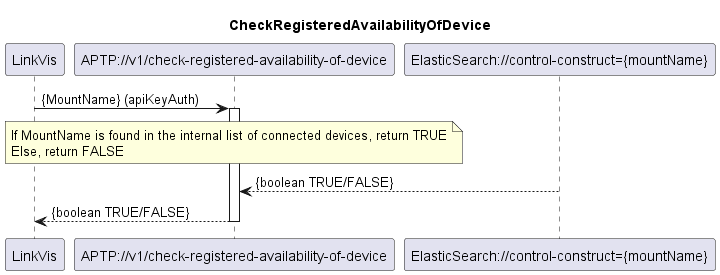
The PlantUML diagram spec/diagrams/CheckRegisteredAvailabilityOfDevice/CheckRegisteredAvailabilityOfDevice.png in openBackhaul/AccessPlanningToolProxy, before a commit. Source of this version:
```plantuml
@startuml CheckRegisteredAvailabilityOfDevice
skinparam responseMessageBelowArrow true

title
CheckRegisteredAvailabilityOfDevice
end title

participant "LinkVis" as LinkVis
participant "APTP://v1/check-registered-availability-of-device" as DeviceAvailableCheck
participant "ElasticSearch://control-construct={mountName}" as es


LinkVis -> DeviceAvailableCheck: {MountName} (apiKeyAuth)

activate DeviceAvailableCheck

note over DeviceAvailableCheck
If MountName is found in the internal list of connected devices, return TRUE
Else, return FALSE
end note

es --> DeviceAvailableCheck: {boolean TRUE/FALSE}
DeviceAvailableCheck --> LinkVis: {boolean TRUE/FALSE}

deactivate DeviceAvailableCheck

@enduml
```
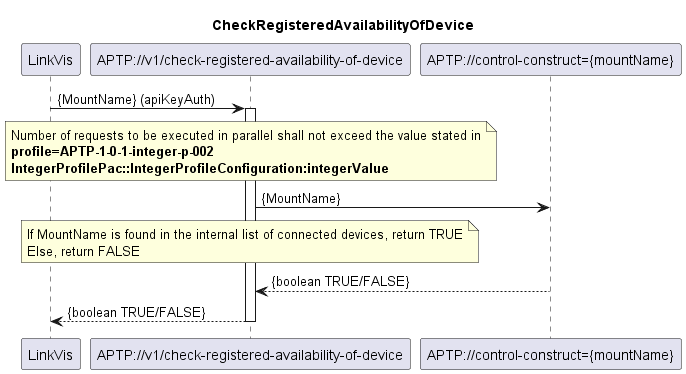
The same diagram one commit later.

Commit message:
Update diagrams for connection status

Diff of the diagram source:
```diff
@@ -7,19 +7,28 @@
 
 participant "LinkVis" as LinkVis
 participant "APTP://v1/check-registered-availability-of-device" as DeviceAvailableCheck
-participant "ElasticSearch://control-construct={mountName}" as es
+participant "APTP://control-construct={mountName}" as InternalList
 
 
 LinkVis -> DeviceAvailableCheck: {MountName} (apiKeyAuth)
 
+note over DeviceAvailableCheck
+Number of requests to be executed in parallel shall not exceed the value stated in
+<b>profile=APTP-1-0-1-integer-p-002</b>
+<b>IntegerProfilePac::IntegerProfileConfiguration:integerValue</b>
+end note
+
 activate DeviceAvailableCheck
+
+
+DeviceAvailableCheck -> InternalList: {MountName}
 
 note over DeviceAvailableCheck
 If MountName is found in the internal list of connected devices, return TRUE
 Else, return FALSE
 end note
 
-es --> DeviceAvailableCheck: {boolean TRUE/FALSE}
+InternalList --> DeviceAvailableCheck: {boolean TRUE/FALSE}
 DeviceAvailableCheck --> LinkVis: {boolean TRUE/FALSE}
 
 deactivate DeviceAvailableCheck
```
